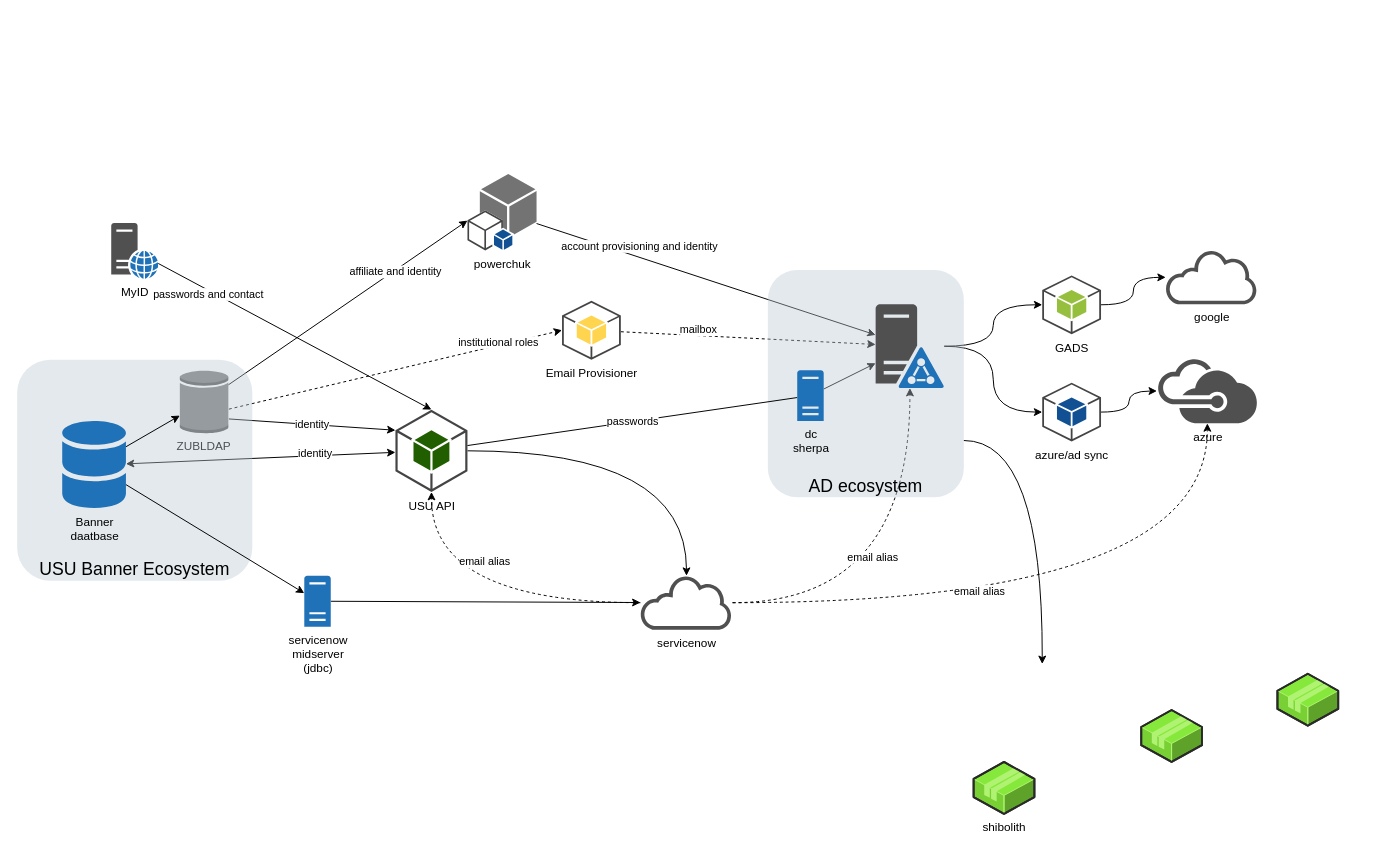
This is Untitled Diagram.drawio from RuinExplorer/ruinexplorer.github.io, a draw.io file, before an edit. Source tidied: cells renumbered, new cells numbered last; positions are measured from the earlier drawing's top-left corner, leaving out a move shared by most shapes. Both pictures are drawn from the tidied source at 98%, with x=0, y=0 at pixel (17, 24).
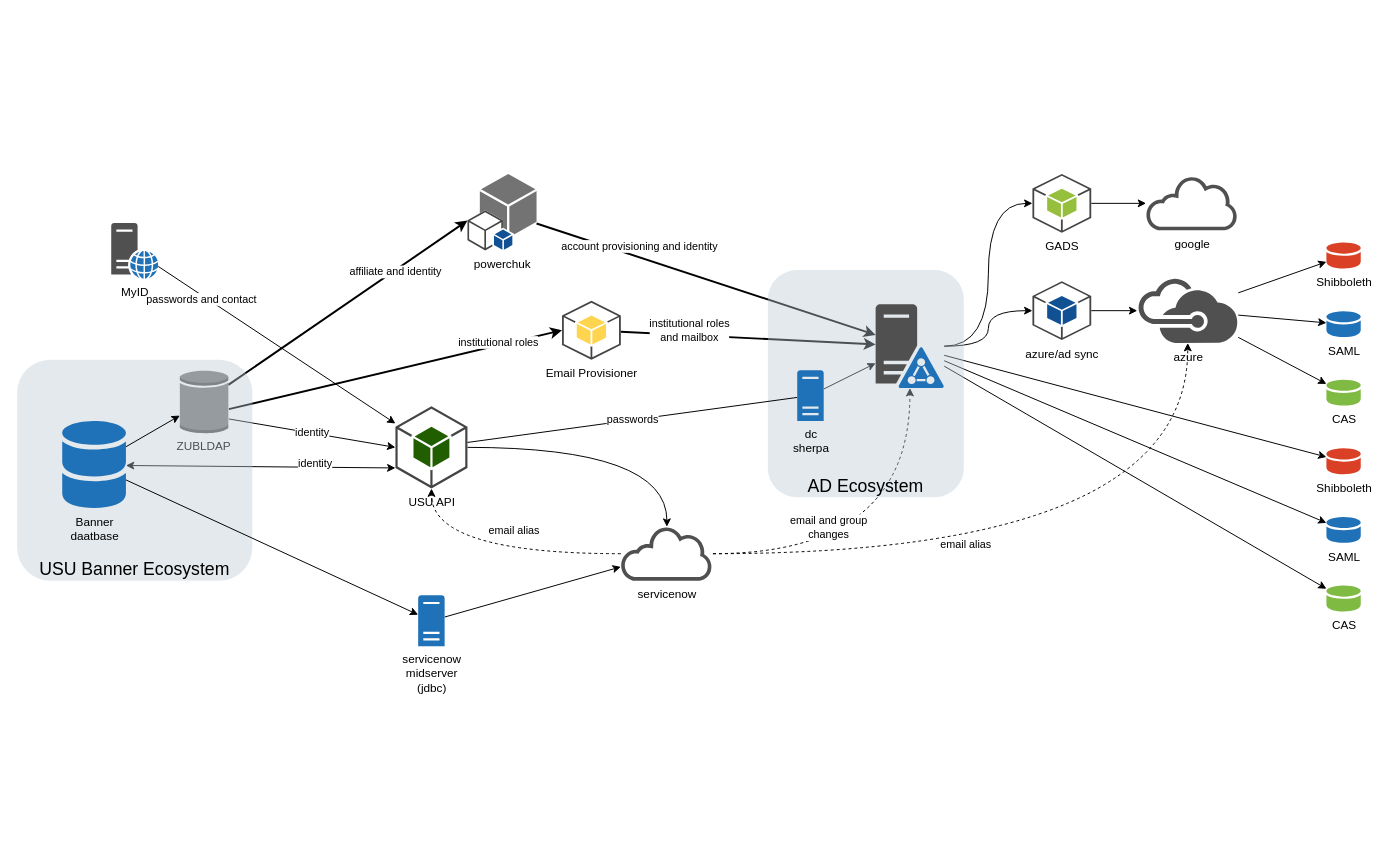
The same page after the edit.

Commit message:
add auth systems

Unchanged cells that the change refers to:
```xml
<mxCell id="10" value="ZUBLDAP" style="outlineConnect=0;dashed=0;verticalLabelPosition=bottom;verticalAlign=top;align=center;shape=mxgraph.aws3.generic_database;fillColor=#7D7C7C;gradientColor=none;labelBackgroundColor=none;fontColor=#000000;" parent="1" vertex="1">
  <mxGeometry x="166" y="352" width="49.5" height="64.5" as="geometry" />
</mxCell>
<mxCell id="19" style="edgeStyle=orthogonalEdgeStyle;jettySize=auto;html=1;fontColor=#000000;startArrow=none;startFill=0;dashed=1;curved=1;" parent="1" edge="1" source="31" target="41">
  <mxGeometry relative="1" as="geometry" />
</mxCell>
<mxCell id="21" style="edgeStyle=orthogonalEdgeStyle;curved=1;jettySize=auto;html=1;fontColor=#000000;startArrow=none;startFill=0;dashed=1;" parent="1" edge="1" source="31" target="30">
  <mxGeometry relative="1" as="geometry" />
</mxCell>
<mxCell id="24" value="Email Provisioner" style="outlineConnect=0;dashed=0;verticalLabelPosition=bottom;verticalAlign=top;align=center;html=1;shape=mxgraph.aws3.android;fillColor=#FFD44F;gradientColor=none;labelBackgroundColor=none;fontColor=#000000;" parent="1" vertex="1">
  <mxGeometry x="556" y="281.5" width="60" height="60" as="geometry" />
</mxCell>
<mxCell id="25" value="powerchuk" style="outlineConnect=0;dashed=0;verticalLabelPosition=bottom;verticalAlign=top;align=center;html=1;shape=mxgraph.aws3.toolkit_for_windows_powershell;fillColor=#737373;gradientColor=none;labelBackgroundColor=none;fontColor=#000000;" parent="1" vertex="1">
  <mxGeometry x="459.5" y="152" width="70.5" height="78" as="geometry" />
</mxCell>
<mxCell id="33" value="Banner&lt;br&gt;daatbase" style="sketch=0;shadow=0;dashed=0;html=1;strokeColor=none;labelPosition=center;verticalLabelPosition=bottom;verticalAlign=top;outlineConnect=0;align=center;shape=mxgraph.office.databases.database_mini_2;fillColor=#2072B8;labelBackgroundColor=none;fontColor=default;" parent="1" vertex="1">
  <mxGeometry x="46" y="404.2" width="65" height="90" as="geometry" />
</mxCell>
<mxCell id="37" value="MyID" style="sketch=0;shadow=0;dashed=0;html=1;strokeColor=none;fillColor=#505050;labelPosition=center;verticalLabelPosition=bottom;verticalAlign=top;outlineConnect=0;align=center;shape=mxgraph.office.servers.web_server_blue;labelBackgroundColor=none;fontColor=default;" parent="1" vertex="1">
  <mxGeometry x="96" y="202" width="48" height="57" as="geometry" />
</mxCell>
<mxCell id="38" style="jettySize=auto;html=1;dashed=1;fontColor=#000000;startArrow=none;startFill=0;endArrow=classic;edgeStyle=orthogonalEdgeStyle;curved=1;endFill=1;" parent="1" edge="1" source="31" target="40">
  <mxGeometry relative="1" as="geometry" />
</mxCell>
<mxCell id="41" style="sketch=0;shadow=0;dashed=0;html=1;strokeColor=none;fillColor=#505050;labelPosition=center;verticalLabelPosition=bottom;verticalAlign=top;outlineConnect=0;align=center;shape=mxgraph.office.servers.active_directory_federation_services_server_blue;labelBackgroundColor=none;fontColor=default;" parent="1" vertex="1">
  <mxGeometry x="876" y="285" width="70" height="85.5" as="geometry" />
</mxCell>
```

The edit, as a diff of the source:
```diff
@@
-    <mxCell id="4" value="identity" style="jettySize=auto;html=1;fontColor=#000000;startArrow=classic;startFill=1;" parent="1" edge="1" source="33" target="40">
+    <mxCell id="4" value="identity" style="jettySize=auto;html=1;fontColor=#000000;startArrow=classic;startFill=1;entryX=0;entryY=0.75;entryDx=0;entryDy=0;entryPerimeter=0;" parent="1" edge="1" source="33" target="40">
       <mxGeometry x="0.4" y="3" relative="1" as="geometry" />
     </mxCell>
@@
-    <mxCell id="7" value="identity" style="rounded=0;jettySize=auto;html=1;fontColor=#000000;entryX=0;entryY=0.25;entryDx=0;entryDy=0;entryPerimeter=0;" parent="1" edge="1" target="40">
+    <mxCell id="7" value="identity" style="rounded=0;jettySize=auto;html=1;fontColor=#000000;entryX=0;entryY=0.5;entryDx=0;entryDy=0;entryPerimeter=0;" parent="1" edge="1" target="40">
       <mxGeometry relative="1" as="geometry">
         <mxPoint x="216" y="402" as="sourcePoint" />
       </mxGeometry>
     </mxCell>
-    <mxCell id="8" value="affiliate and identity" style="jettySize=auto;html=1;entryX=0;entryY=0.61;entryDx=0;entryDy=0;entryPerimeter=0;fontColor=#000000;startArrow=none;startFill=0;" parent="1" edge="1" source="10" target="25">
+    <mxCell id="8" value="affiliate and identity" style="jettySize=auto;html=1;entryX=0;entryY=0.61;entryDx=0;entryDy=0;entryPerimeter=0;fontColor=#000000;startArrow=none;startFill=0;strokeWidth=2;" parent="1" edge="1" source="10" target="25">
       <mxGeometry x="0.39" y="-2" relative="1" as="geometry" />
     </mxCell>
-    <mxCell id="9" value="institutional roles" style="jettySize=auto;html=1;dashed=1;fontColor=#000000;startArrow=none;startFill=0;entryX=0;entryY=0.5;entryDx=0;entryDy=0;entryPerimeter=0;" parent="1" edge="1" target="24">
+    <mxCell id="9" value="institutional roles" style="jettySize=auto;html=1;fontColor=#000000;startArrow=none;startFill=0;entryX=0;entryY=0.5;entryDx=0;entryDy=0;entryPerimeter=0;strokeWidth=2;" parent="1" edge="1" target="24">
       <mxGeometry x="0.62" y="3" relative="1" as="geometry">
         <mxPoint x="216" y="392" as="sourcePoint" />
       </mxGeometry>
     </mxCell>
@@
-    <mxCell id="14" value="passwords and contact" style="rounded=0;jettySize=auto;html=1;fontColor=#000000;startArrow=none;startFill=0;entryX=0.5;entryY=0;entryDx=0;entryDy=0;entryPerimeter=0;" parent="1" edge="1" source="37" target="40">
+    <mxCell id="14" value="passwords and contact" style="rounded=0;jettySize=auto;html=1;fontColor=#000000;startArrow=none;startFill=0;" parent="1" edge="1" source="37" target="40">
       <mxGeometry x="-0.62" y="-4" relative="1" as="geometry" />
     </mxCell>
@@
-    <mxCell id="16" value="account provisioning and identity" style="jettySize=auto;html=1;fontColor=#000000;startArrow=none;startFill=0;" parent="1" edge="1" source="25" target="41">
+    <mxCell id="16" value="account provisioning and identity" style="jettySize=auto;html=1;fontColor=#000000;startArrow=none;startFill=0;strokeWidth=2;" parent="1" edge="1" source="25" target="41">
       <mxGeometry x="-0.41" y="11" relative="1" as="geometry" />
     </mxCell>
@@
-    <mxCell id="20" value="email alias" style="edgeLabel;html=1;align=center;verticalAlign=middle;fontColor=#000000;" parent="19" vertex="1">
+    <mxCell id="20" value="email and group&lt;br&gt;changes" style="edgeLabel;html=1;align=center;verticalAlign=middle;fontColor=#000000;" parent="19" vertex="1">
       <mxGeometry x="-0.25" y="12" relative="1" as="geometry">
-        <mxPoint x="-8" y="-35" as="offset" />
+        <mxPoint x="-22" y="-15" as="offset" />
       </mxGeometry>
     </mxCell>
@@
     <mxCell id="22" value="email alias" style="edgeLabel;html=1;align=center;verticalAlign=middle;fontColor=#000000;" parent="21" vertex="1">
       <mxGeometry x="-0.25" y="12" relative="1" as="geometry">
-        <mxPoint x="1" as="offset" />
+        <mxPoint x="-5" y="2" as="offset" />
       </mxGeometry>
     </mxCell>
-    <mxCell id="23" value="mailbox" style="jettySize=auto;html=1;dashed=1;fontColor=#000000;startArrow=none;startFill=0;" parent="1" edge="1" source="24" target="41">
-      <mxGeometry x="-0.39" y="5" relative="1" as="geometry">
-        <mxPoint y="-1" as="offset" />
-      </mxGeometry>
+    <mxCell id="23" value="institutional roles&lt;br&gt;and mailbox" style="jettySize=auto;html=1;fontColor=#000000;startArrow=none;startFill=0;strokeWidth=2;" parent="1" edge="1" source="24" target="41">
+      <mxGeometry x="-0.46" y="5" relative="1" as="geometry" />
     </mxCell>
@@
-    <mxCell id="26" style="edgeStyle=orthogonalEdgeStyle;curved=1;jettySize=auto;html=1;fontColor=#000000;startArrow=none;startFill=0;" parent="1" edge="1" source="27" target="30">
+    <mxCell id="26" style="jettySize=auto;html=1;fontColor=#000000;startArrow=none;startFill=0;" parent="1" edge="1" source="27" target="30">
       <mxGeometry relative="1" as="geometry" />
     </mxCell>
     <mxCell id="27" value="azure/ad sync" style="outlineConnect=0;dashed=0;verticalLabelPosition=bottom;verticalAlign=top;align=center;html=1;shape=mxgraph.aws3.android;fillColor=#115193;gradientColor=none;labelBackgroundColor=none;fontColor=#000000;" parent="1" vertex="1">
-      <mxGeometry x="1046" y="365" width="60" height="60" as="geometry" />
+      <mxGeometry x="1036" y="261.5" width="60" height="60" as="geometry" />
     </mxCell>
-    <mxCell id="28" style="edgeStyle=orthogonalEdgeStyle;curved=1;jettySize=auto;html=1;fontColor=#000000;startArrow=none;startFill=0;" parent="1" edge="1" source="29" target="32">
+    <mxCell id="28" style="jettySize=auto;html=1;fontColor=#000000;startArrow=none;startFill=0;" parent="1" edge="1" source="29" target="32">
       <mxGeometry relative="1" as="geometry" />
     </mxCell>
     <mxCell id="29" value="GADS" style="outlineConnect=0;dashed=0;verticalLabelPosition=bottom;verticalAlign=top;align=center;html=1;shape=mxgraph.aws3.android;fillColor=#96BF3D;gradientColor=none;labelBackgroundColor=none;fontColor=#000000;" parent="1" vertex="1">
-      <mxGeometry x="1046" y="255.5" width="60" height="60" as="geometry" />
+      <mxGeometry x="1036" y="152" width="60" height="60" as="geometry" />
     </mxCell>
+    <mxCell id="47" style="jettySize=auto;html=1;fontColor=default;startArrow=none;startFill=0;endArrow=classic;endFill=1;" parent="1" edge="1" source="30" target="55">
+      <mxGeometry relative="1" as="geometry" />
+    </mxCell>
+    <mxCell id="48" style="jettySize=auto;html=1;fontColor=default;startArrow=none;startFill=0;endArrow=classic;endFill=1;" parent="1" edge="1" source="30" target="57">
+      <mxGeometry relative="1" as="geometry" />
+    </mxCell>
+    <mxCell id="49" style="jettySize=auto;html=1;fontColor=default;startArrow=none;startFill=0;endArrow=classic;endFill=1;" parent="1" edge="1" source="30" target="56">
+      <mxGeometry relative="1" as="geometry" />
+    </mxCell>
     <mxCell id="30" value="azure" style="sketch=0;shadow=0;dashed=0;html=1;strokeColor=none;fillColor=#505050;labelPosition=center;verticalLabelPosition=bottom;outlineConnect=0;verticalAlign=top;align=center;shape=mxgraph.office.clouds.azure;labelBackgroundColor=none;fontColor=default;" parent="1" vertex="1">
-      <mxGeometry x="1163" y="340.5" width="103" height="66" as="geometry" />
+      <mxGeometry x="1143" y="258.5" width="103" height="66" as="geometry" />
     </mxCell>
     <mxCell id="31" value="servicenow" style="sketch=0;shadow=0;dashed=0;html=1;strokeColor=none;fillColor=#505050;labelPosition=center;verticalLabelPosition=bottom;outlineConnect=0;verticalAlign=top;align=center;shape=mxgraph.office.clouds.cloud;labelBackgroundColor=none;fontColor=default;" parent="1" vertex="1">
-      <mxGeometry x="636" y="562" width="94" height="55" as="geometry" />
+      <mxGeometry x="616" y="512" width="94" height="55" as="geometry" />
     </mxCell>
     <mxCell id="32" value="google" style="sketch=0;shadow=0;dashed=0;html=1;strokeColor=none;fillColor=#505050;labelPosition=center;verticalLabelPosition=bottom;outlineConnect=0;verticalAlign=top;align=center;shape=mxgraph.office.clouds.cloud;labelBackgroundColor=none;fontColor=default;" parent="1" vertex="1">
-      <mxGeometry x="1172" y="230" width="94" height="55" as="geometry" />
+      <mxGeometry x="1152" y="154.5" width="94" height="55" as="geometry" />
     </mxCell>
@@
     <mxCell id="34" value="servicenow&lt;br style=&quot;border-color: var(--border-color);&quot;&gt;midserver&lt;br style=&quot;border-color: var(--border-color);&quot;&gt;(jdbc)" style="sketch=0;shadow=0;dashed=0;html=1;strokeColor=none;labelPosition=center;verticalLabelPosition=bottom;verticalAlign=top;outlineConnect=0;align=center;shape=mxgraph.office.servers.server_generic;fillColor=#2072B8;labelBackgroundColor=none;fontColor=default;" parent="1" vertex="1">
-      <mxGeometry x="293" y="562" width="27" height="52" as="geometry" />
+      <mxGeometry x="409.2" y="582" width="27" height="52" as="geometry" />
     </mxCell>
-    <mxCell id="35" style="edgeStyle=orthogonalEdgeStyle;curved=1;jettySize=auto;html=1;exitX=1;exitY=0.75;exitDx=0;exitDy=0;fontColor=default;startArrow=none;startFill=0;endArrow=classic;endFill=1;" parent="1" edge="1" source="36">
-      <mxGeometry relative="1" as="geometry">
-        <mxPoint x="1046" y="652" as="targetPoint" />
-      </mxGeometry>
+    <mxCell id="35" style="jettySize=auto;html=1;fontColor=default;startArrow=none;startFill=0;endArrow=classic;endFill=1;" parent="1" edge="1" source="41" target="52">
+      <mxGeometry relative="1" as="geometry" />
     </mxCell>
+    <mxCell id="50" style="jettySize=auto;html=1;fontColor=default;startArrow=none;startFill=0;endArrow=classic;endFill=1;" parent="1" edge="1" source="41" target="54">
+      <mxGeometry relative="1" as="geometry" />
+    </mxCell>
+    <mxCell id="51" style="jettySize=auto;html=1;fontColor=default;startArrow=none;startFill=0;endArrow=classic;endFill=1;" parent="1" edge="1" source="41" target="53">
+      <mxGeometry relative="1" as="geometry" />
+    </mxCell>
-    <mxCell id="36" value="AD ecosystem" style="rounded=1;shadow=0;strokeColor=none;fillColor=#BAC8D3;gradientColor=none;fontSize=18;fontColor=default;verticalAlign=bottom;fontStyle=0;opacity=40;strokeWidth=3;" parent="1" vertex="1">
+    <mxCell id="36" value="AD Ecosystem" style="rounded=1;shadow=0;strokeColor=none;fillColor=#BAC8D3;gradientColor=none;fontSize=18;fontColor=default;verticalAlign=bottom;fontStyle=0;opacity=40;strokeWidth=3;" parent="1" vertex="1">
       <mxGeometry x="766" y="250" width="200" height="232" as="geometry" />
     </mxCell>
@@
     <mxCell id="39" value="email alias" style="edgeLabel;html=1;align=center;verticalAlign=middle;fontColor=#000000;" parent="38" vertex="1">
       <mxGeometry x="-0.19" y="-9" relative="1" as="geometry">
-        <mxPoint x="-28" y="-33" as="offset" />
+        <mxPoint x="-5" y="-15" as="offset" />
       </mxGeometry>
     </mxCell>
     <mxCell id="40" value="USU API" style="outlineConnect=0;dashed=0;verticalLabelPosition=bottom;verticalAlign=top;align=center;html=1;shape=mxgraph.aws3.android;fillColor=#205E00;gradientColor=none;labelBackgroundColor=none;fontColor=#000000;" parent="1" vertex="1">
-      <mxGeometry x="386" y="392.5" width="73.5" height="84" as="geometry" />
+      <mxGeometry x="386" y="389" width="73.5" height="84" as="geometry" />
     </mxCell>
@@
-    <mxCell id="44" value="shibolith" style="verticalLabelPosition=bottom;html=1;verticalAlign=top;strokeWidth=1;align=center;dashed=0;shape=mxgraph.aws3d.application2;fillColor=#86E83A;strokeColor=#B0F373;labelBackgroundColor=none;fontColor=default;" parent="1" vertex="1">
-      <mxGeometry x="976" y="752" width="62" height="53" as="geometry" />
-    </mxCell>
-    <mxCell id="45" style="verticalLabelPosition=bottom;html=1;verticalAlign=top;strokeWidth=1;align=center;dashed=0;shape=mxgraph.aws3d.application2;fillColor=#86E83A;strokeColor=#B0F373;labelBackgroundColor=none;fontColor=default;" parent="1" vertex="1">
-      <mxGeometry x="1147" y="699" width="62" height="53" as="geometry" />
-    </mxCell>
-    <mxCell id="46" style="verticalLabelPosition=bottom;html=1;verticalAlign=top;strokeWidth=1;align=center;dashed=0;shape=mxgraph.aws3d.application2;fillColor=#86E83A;strokeColor=#B0F373;labelBackgroundColor=none;fontColor=default;" parent="1" vertex="1">
-      <mxGeometry x="1286" y="662" width="62" height="53" as="geometry" />
-    </mxCell>
+    <mxCell id="52" value="Shibboleth" style="sketch=0;shadow=0;dashed=0;html=1;strokeColor=none;labelPosition=center;verticalLabelPosition=bottom;verticalAlign=top;outlineConnect=0;align=center;shape=mxgraph.office.databases.database_mini_1;fillColor=#DA4026;labelBackgroundColor=none;fontColor=default;" parent="1" vertex="1">
+      <mxGeometry x="1336" y="432" width="35" height="27" as="geometry" />
+    </mxCell>
+    <mxCell id="53" value="CAS" style="sketch=0;shadow=0;dashed=0;html=1;strokeColor=none;labelPosition=center;verticalLabelPosition=bottom;verticalAlign=top;outlineConnect=0;align=center;shape=mxgraph.office.databases.database_mini_1;fillColor=#7FBA42;labelBackgroundColor=none;fontColor=default;" parent="1" vertex="1">
+      <mxGeometry x="1336" y="572" width="35" height="27" as="geometry" />
+    </mxCell>
+    <mxCell id="54" value="SAML" style="sketch=0;shadow=0;dashed=0;html=1;strokeColor=none;labelPosition=center;verticalLabelPosition=bottom;verticalAlign=top;outlineConnect=0;align=center;shape=mxgraph.office.databases.database_mini_1;fillColor=#2072B8;labelBackgroundColor=none;fontColor=default;" parent="1" vertex="1">
+      <mxGeometry x="1336" y="502" width="35" height="27" as="geometry" />
+    </mxCell>
+    <mxCell id="55" value="Shibboleth" style="sketch=0;shadow=0;dashed=0;html=1;strokeColor=none;labelPosition=center;verticalLabelPosition=bottom;verticalAlign=top;outlineConnect=0;align=center;shape=mxgraph.office.databases.database_mini_1;fillColor=#DA4026;labelBackgroundColor=none;fontColor=default;" parent="1" vertex="1">
+      <mxGeometry x="1336" y="222" width="35" height="27" as="geometry" />
+    </mxCell>
+    <mxCell id="56" value="CAS" style="sketch=0;shadow=0;dashed=0;html=1;strokeColor=none;labelPosition=center;verticalLabelPosition=bottom;verticalAlign=top;outlineConnect=0;align=center;shape=mxgraph.office.databases.database_mini_1;fillColor=#7FBA42;labelBackgroundColor=none;fontColor=default;" parent="1" vertex="1">
+      <mxGeometry x="1336" y="362" width="35" height="27" as="geometry" />
+    </mxCell>
+    <mxCell id="57" value="SAML" style="sketch=0;shadow=0;dashed=0;html=1;strokeColor=none;labelPosition=center;verticalLabelPosition=bottom;verticalAlign=top;outlineConnect=0;align=center;shape=mxgraph.office.databases.database_mini_1;fillColor=#2072B8;labelBackgroundColor=none;fontColor=default;" parent="1" vertex="1">
+      <mxGeometry x="1336" y="292" width="35" height="27" as="geometry" />
+    </mxCell>
```
